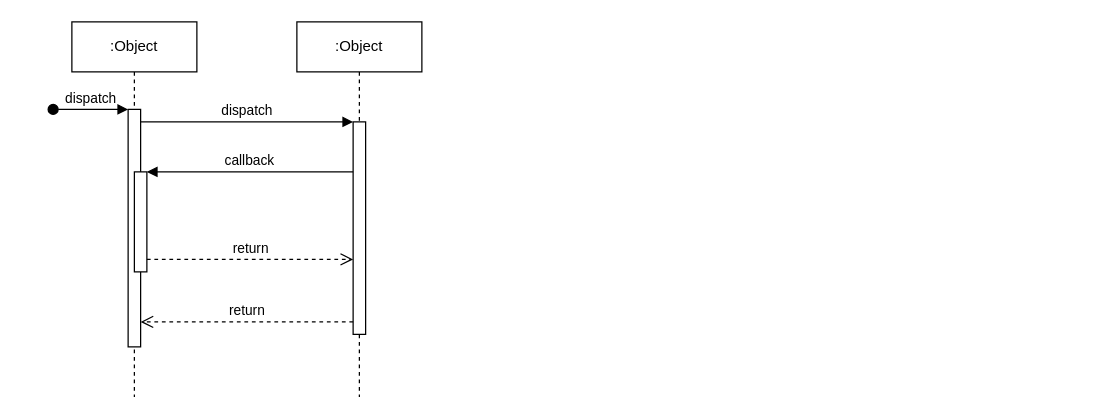
Above: Diagrama de Sequencia.drawio in caio-bueno/draws-valid (draw.io), before the change. Source tidied: cells renumbered, new cells numbered last; positions are measured from the earlier drawing's top-left corner, leaving out a move shared by most shapes. Both pictures are drawn from the tidied source at 125%, with x=0, y=0 at pixel (52, 21).
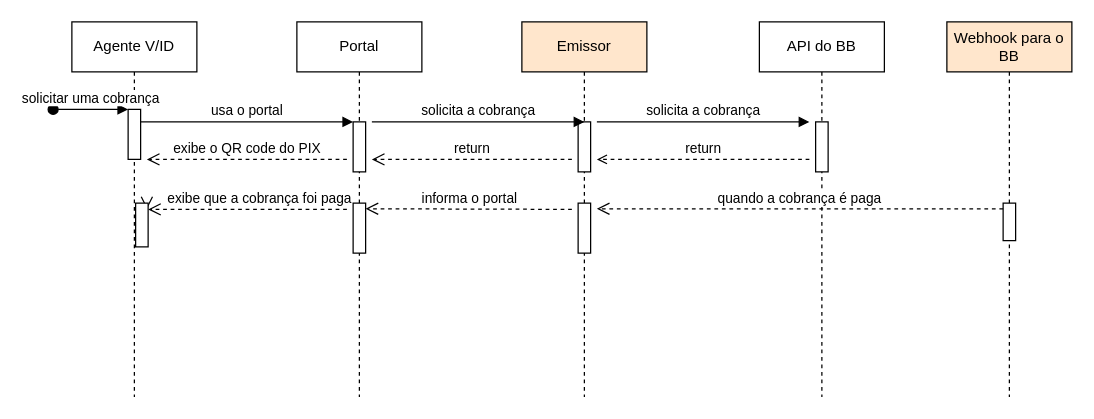
After the change.

What changed in the source:
```diff
@@
-    <mxCell id="2" value=":Object" style="shape=umlLifeline;perimeter=lifelinePerimeter;whiteSpace=wrap;html=1;newEdgeStyle={&quot;edgeStyle&quot;:&quot;elbowEdgeStyle&quot;,&quot;elbow&quot;:&quot;vertical&quot;,&quot;curved&quot;:0,&quot;rounded&quot;:0};" parent="1" vertex="1">
+    <mxCell id="2" value="Agente V/ID" style="shape=umlLifeline;perimeter=lifelinePerimeter;whiteSpace=wrap;html=1;newEdgeStyle={&quot;edgeStyle&quot;:&quot;elbowEdgeStyle&quot;,&quot;elbow&quot;:&quot;vertical&quot;,&quot;curved&quot;:0,&quot;rounded&quot;:0};" parent="1" vertex="1">
       <mxGeometry x="15" width="100" height="300" as="geometry" />
     </mxCell>
     <mxCell id="3" style="html=1;points=[];perimeter=orthogonalPerimeter;outlineConnect=0;targetShapes=umlLifeline;portConstraint=eastwest;newEdgeStyle={&quot;edgeStyle&quot;:&quot;elbowEdgeStyle&quot;,&quot;elbow&quot;:&quot;vertical&quot;,&quot;curved&quot;:0,&quot;rounded&quot;:0};" parent="2" vertex="1">
-      <mxGeometry x="45" y="70" width="10" height="190" as="geometry" />
+      <mxGeometry x="45" y="70" width="10" height="40" as="geometry" />
     </mxCell>
-    <mxCell id="4" value="dispatch" style="html=1;verticalAlign=bottom;startArrow=oval;endArrow=block;startSize=8;edgeStyle=elbowEdgeStyle;elbow=vertical;curved=0;rounded=0;" parent="2" edge="1" target="3">
+    <mxCell id="4" value="solicitar uma cobrança" style="html=1;verticalAlign=bottom;startArrow=oval;endArrow=block;startSize=8;edgeStyle=elbowEdgeStyle;elbow=vertical;curved=0;rounded=0;" parent="2" edge="1" target="3">
       <mxGeometry relative="1" as="geometry">
         <mxPoint x="-15" y="70" as="sourcePoint" />
       </mxGeometry>
     </mxCell>
-    <mxCell id="5" style="html=1;points=[];perimeter=orthogonalPerimeter;outlineConnect=0;targetShapes=umlLifeline;portConstraint=eastwest;newEdgeStyle={&quot;edgeStyle&quot;:&quot;elbowEdgeStyle&quot;,&quot;elbow&quot;:&quot;vertical&quot;,&quot;curved&quot;:0,&quot;rounded&quot;:0};" parent="2" vertex="1">
-      <mxGeometry x="50" y="120" width="10" height="80" as="geometry" />
-    </mxCell>
-    <mxCell id="6" value=":Object" style="shape=umlLifeline;perimeter=lifelinePerimeter;whiteSpace=wrap;html=1;newEdgeStyle={&quot;edgeStyle&quot;:&quot;elbowEdgeStyle&quot;,&quot;elbow&quot;:&quot;vertical&quot;,&quot;curved&quot;:0,&quot;rounded&quot;:0};" parent="1" vertex="1">
+    <mxCell id="6" value="Portal" style="shape=umlLifeline;perimeter=lifelinePerimeter;whiteSpace=wrap;html=1;newEdgeStyle={&quot;edgeStyle&quot;:&quot;elbowEdgeStyle&quot;,&quot;elbow&quot;:&quot;vertical&quot;,&quot;curved&quot;:0,&quot;rounded&quot;:0};" parent="1" vertex="1">
       <mxGeometry x="195" width="100" height="300" as="geometry" />
     </mxCell>
     <mxCell id="7" style="html=1;points=[];perimeter=orthogonalPerimeter;outlineConnect=0;targetShapes=umlLifeline;portConstraint=eastwest;newEdgeStyle={&quot;edgeStyle&quot;:&quot;elbowEdgeStyle&quot;,&quot;elbow&quot;:&quot;vertical&quot;,&quot;curved&quot;:0,&quot;rounded&quot;:0};" parent="6" vertex="1">
-      <mxGeometry x="45" y="80" width="10" height="170" as="geometry" />
+      <mxGeometry x="45" y="80" width="10" height="40" as="geometry" />
     </mxCell>
+    <mxCell id="12" style="html=1;perimeter=orthogonalPerimeter;targetShapes=umlLifeline;newEdgeStyle={&quot;edgeStyle&quot;:&quot;elbowEdgeStyle&quot;,&quot;elbow&quot;:&quot;vertical&quot;,&quot;curved&quot;:0,&quot;rounded&quot;:0};" parent="6" vertex="1">
+      <mxGeometry x="45" y="145" width="10" height="40" as="geometry" />
+    </mxCell>
-    <mxCell id="8" value="dispatch" style="html=1;verticalAlign=bottom;endArrow=block;edgeStyle=elbowEdgeStyle;elbow=vertical;curved=0;rounded=0;" parent="1" edge="1" source="3" target="7">
+    <mxCell id="8" value="usa o portal" style="html=1;verticalAlign=bottom;endArrow=block;edgeStyle=elbowEdgeStyle;elbow=vertical;curved=0;rounded=0;" parent="1" edge="1" source="3" target="7">
       <mxGeometry relative="1" as="geometry">
         <Array as="points">
           <mxPoint x="155" y="80" />
         </Array>
       </mxGeometry>
     </mxCell>
-    <mxCell id="9" value="return" style="html=1;verticalAlign=bottom;endArrow=open;dashed=1;endSize=8;edgeStyle=elbowEdgeStyle;elbow=vertical;curved=0;rounded=0;" parent="1" edge="1" source="7" target="3">
-      <mxGeometry relative="1" as="geometry">
-        <Array as="points">
-          <mxPoint x="165" y="240" />
-        </Array>
-      </mxGeometry>
-    </mxCell>
-    <mxCell id="10" value="callback" style="html=1;verticalAlign=bottom;endArrow=block;edgeStyle=elbowEdgeStyle;elbow=vertical;curved=0;rounded=0;" parent="1" edge="1" source="7" target="5">
-      <mxGeometry relative="1" as="geometry">
-        <Array as="points">
-          <mxPoint x="165" y="120" />
-        </Array>
-      </mxGeometry>
-    </mxCell>
-    <mxCell id="11" value="return" style="html=1;verticalAlign=bottom;endArrow=open;dashed=1;endSize=8;edgeStyle=elbowEdgeStyle;elbow=vertical;curved=0;rounded=0;" parent="1" edge="1" source="5" target="7">
-      <mxGeometry relative="1" as="geometry">
-        <Array as="points">
-          <mxPoint x="155" y="190" />
-        </Array>
-      </mxGeometry>
-    </mxCell>
+    <mxCell id="13" value="Emissor" style="shape=umlLifeline;perimeter=lifelinePerimeter;whiteSpace=wrap;html=1;newEdgeStyle={&quot;edgeStyle&quot;:&quot;elbowEdgeStyle&quot;,&quot;elbow&quot;:&quot;vertical&quot;,&quot;curved&quot;:0,&quot;rounded&quot;:0};fillColor=#ffe6cc;strokeColor=#000000;" parent="1" vertex="1">
+      <mxGeometry x="375" width="100" height="300" as="geometry" />
+    </mxCell>
+    <mxCell id="14" style="html=1;perimeter=orthogonalPerimeter;targetShapes=umlLifeline;newEdgeStyle={&quot;edgeStyle&quot;:&quot;elbowEdgeStyle&quot;,&quot;elbow&quot;:&quot;vertical&quot;,&quot;curved&quot;:0,&quot;rounded&quot;:0};" parent="13" vertex="1">
+      <mxGeometry x="45" y="80" width="10" height="40" as="geometry" />
+    </mxCell>
+    <mxCell id="15" style="html=1;perimeter=orthogonalPerimeter;targetShapes=umlLifeline;newEdgeStyle={&quot;edgeStyle&quot;:&quot;elbowEdgeStyle&quot;,&quot;elbow&quot;:&quot;vertical&quot;,&quot;curved&quot;:0,&quot;rounded&quot;:0};" parent="13" vertex="1">
+      <mxGeometry x="45" y="145" width="10" height="40" as="geometry" />
+    </mxCell>
+    <mxCell id="16" value="API do BB" style="shape=umlLifeline;perimeter=lifelinePerimeter;whiteSpace=wrap;html=1;newEdgeStyle={&quot;edgeStyle&quot;:&quot;elbowEdgeStyle&quot;,&quot;elbow&quot;:&quot;vertical&quot;,&quot;curved&quot;:0,&quot;rounded&quot;:0};" parent="1" vertex="1">
+      <mxGeometry x="565" width="100" height="300" as="geometry" />
+    </mxCell>
+    <mxCell id="17" style="html=1;perimeter=orthogonalPerimeter;targetShapes=umlLifeline;newEdgeStyle={&quot;edgeStyle&quot;:&quot;elbowEdgeStyle&quot;,&quot;elbow&quot;:&quot;vertical&quot;,&quot;curved&quot;:0,&quot;rounded&quot;:0};" parent="16" vertex="1">
+      <mxGeometry x="45" y="80" width="10" height="40" as="geometry" />
+    </mxCell>
+    <mxCell id="18" value="Webhook para o BB" style="shape=umlLifeline;perimeter=lifelinePerimeter;whiteSpace=wrap;html=1;newEdgeStyle={&quot;edgeStyle&quot;:&quot;elbowEdgeStyle&quot;,&quot;elbow&quot;:&quot;vertical&quot;,&quot;curved&quot;:0,&quot;rounded&quot;:0};fillColor=#ffe6cc;strokeColor=#000000;" parent="1" vertex="1">
+      <mxGeometry x="715" width="100" height="300" as="geometry" />
+    </mxCell>
+    <mxCell id="19" style="html=1;points=[];perimeter=orthogonalPerimeter;outlineConnect=0;targetShapes=umlLifeline;portConstraint=eastwest;newEdgeStyle={&quot;edgeStyle&quot;:&quot;elbowEdgeStyle&quot;,&quot;elbow&quot;:&quot;vertical&quot;,&quot;curved&quot;:0,&quot;rounded&quot;:0};" parent="18" vertex="1">
+      <mxGeometry x="45" y="145" width="10" height="30" as="geometry" />
+    </mxCell>
+    <mxCell id="20" value="solicita a cobrança" style="html=1;verticalAlign=bottom;endArrow=block;edgeStyle=elbowEdgeStyle;elbow=vertical;curved=0;rounded=0;" parent="1" edge="1">
+      <mxGeometry relative="1" as="geometry">
+        <mxPoint x="255" y="80" as="sourcePoint" />
+        <mxPoint x="425" y="80" as="targetPoint" />
+        <Array as="points">
+          <mxPoint x="340" y="80" />
+        </Array>
+      </mxGeometry>
+    </mxCell>
+    <mxCell id="21" value="solicita a cobrança" style="html=1;verticalAlign=bottom;endArrow=block;edgeStyle=elbowEdgeStyle;elbow=vertical;curved=0;rounded=0;" parent="1" edge="1">
+      <mxGeometry relative="1" as="geometry">
+        <mxPoint x="435" y="80" as="sourcePoint" />
+        <mxPoint x="605" y="80" as="targetPoint" />
+        <Array as="points">
+          <mxPoint x="520" y="80" />
+        </Array>
+      </mxGeometry>
+    </mxCell>
+    <mxCell id="22" value="return" style="html=1;verticalAlign=bottom;endArrow=open;dashed=1;edgeStyle=elbowEdgeStyle;elbow=vertical;curved=0;rounded=0;" parent="1" edge="1">
+      <mxGeometry relative="1" as="geometry">
+        <mxPoint x="605" y="110" as="sourcePoint" />
+        <mxPoint x="435" y="110" as="targetPoint" />
+        <Array as="points">
+          <mxPoint x="530" y="110" />
+        </Array>
+      </mxGeometry>
+    </mxCell>
+    <mxCell id="23" value="return" style="html=1;verticalAlign=bottom;endArrow=open;dashed=1;endSize=8;edgeStyle=elbowEdgeStyle;elbow=vertical;curved=0;rounded=0;" parent="1" edge="1">
+      <mxGeometry relative="1" as="geometry">
+        <mxPoint x="415" y="110" as="sourcePoint" />
+        <mxPoint x="255" y="110" as="targetPoint" />
+        <Array as="points">
+          <mxPoint x="360" y="110" />
+        </Array>
+      </mxGeometry>
+    </mxCell>
+    <mxCell id="24" value="exibe o QR code do PIX" style="html=1;verticalAlign=bottom;endArrow=open;dashed=1;endSize=8;edgeStyle=elbowEdgeStyle;elbow=vertical;curved=0;rounded=0;" parent="1" edge="1">
+      <mxGeometry relative="1" as="geometry">
+        <mxPoint x="235" y="110" as="sourcePoint" />
+        <mxPoint x="75" y="110" as="targetPoint" />
+        <Array as="points">
+          <mxPoint x="160" y="110" />
+        </Array>
+      </mxGeometry>
+    </mxCell>
+    <mxCell id="25" value="quando a cobrança é paga" style="html=1;verticalAlign=bottom;endArrow=open;dashed=1;endSize=8;edgeStyle=elbowEdgeStyle;elbow=vertical;curved=0;rounded=0;" parent="1" edge="1" source="19">
+      <mxGeometry relative="1" as="geometry">
+        <mxPoint x="435" y="150" as="targetPoint" />
+        <Array as="points">
+          <mxPoint x="670" y="149.5" />
+        </Array>
+      </mxGeometry>
+    </mxCell>
+    <mxCell id="26" value="informa o portal" style="html=1;verticalAlign=bottom;endArrow=open;dashed=1;endSize=8;edgeStyle=elbowEdgeStyle;elbow=vertical;curved=0;rounded=0;" parent="1" edge="1">
+      <mxGeometry relative="1" as="geometry">
+        <mxPoint x="415" y="150" as="sourcePoint" />
+        <mxPoint x="250" y="150" as="targetPoint" />
+        <Array as="points">
+          <mxPoint x="345" y="149.5" />
+        </Array>
+      </mxGeometry>
+    </mxCell>
+    <mxCell id="27" value="exibe que a cobrança foi paga" style="html=1;verticalAlign=bottom;endArrow=open;dashed=1;endSize=8;edgeStyle=elbowEdgeStyle;elbow=vertical;curved=0;rounded=0;" parent="1" edge="1" source="5">
+      <mxGeometry x="0.72" y="-90" relative="1" as="geometry">
+        <mxPoint x="75" y="149.5" as="targetPoint" />
+      </mxGeometry>
+    </mxCell>
+    <mxCell id="28" style="html=1;verticalAlign=bottom;endArrow=open;dashed=1;endSize=8;edgeStyle=elbowEdgeStyle;elbow=vertical;curved=0;rounded=0;" parent="1" edge="1" target="5">
+      <mxGeometry relative="1" as="geometry">
+        <mxPoint x="235" y="150" as="sourcePoint" />
+      </mxGeometry>
+    </mxCell>
+    <mxCell id="5" style="html=1;points=[];perimeter=orthogonalPerimeter;outlineConnect=0;targetShapes=umlLifeline;portConstraint=eastwest;newEdgeStyle={&quot;edgeStyle&quot;:&quot;elbowEdgeStyle&quot;,&quot;elbow&quot;:&quot;vertical&quot;,&quot;curved&quot;:0,&quot;rounded&quot;:0};" parent="1" vertex="1">
+      <mxGeometry x="66" y="145" width="10" height="35" as="geometry" />
+    </mxCell>
```
